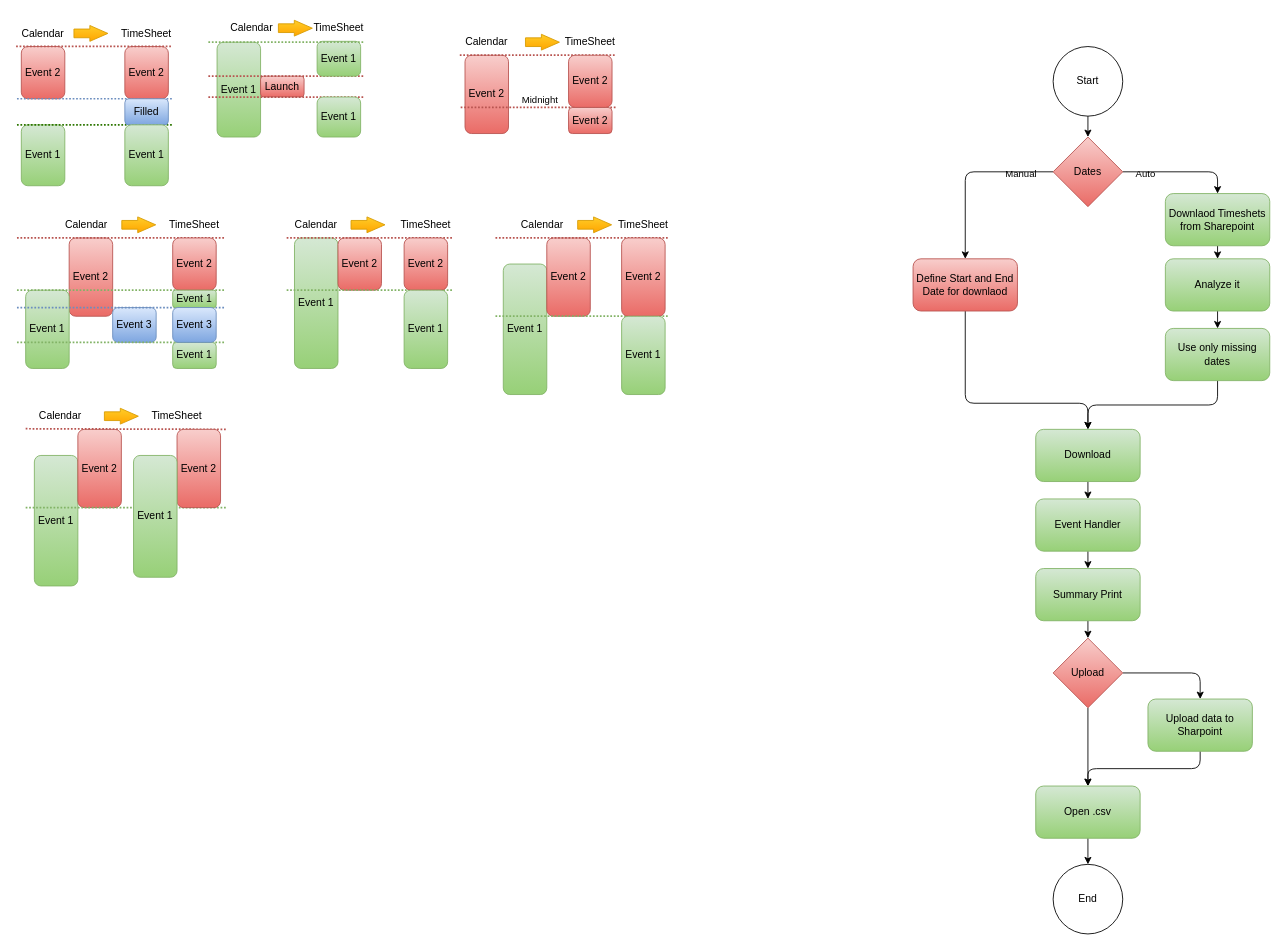
The draw.io diagram Libs/Readme/Charts.drawio in JanVasko1/KM-Calendar_Reading, before the edit. Source tidied: cells renumbered, new cells numbered last; positions are measured from the earlier drawing's top-left corner, leaving out a move shared by most shapes. Both pictures are drawn from the tidied source at 87%, with x=0, y=0 at pixel (16, 15).
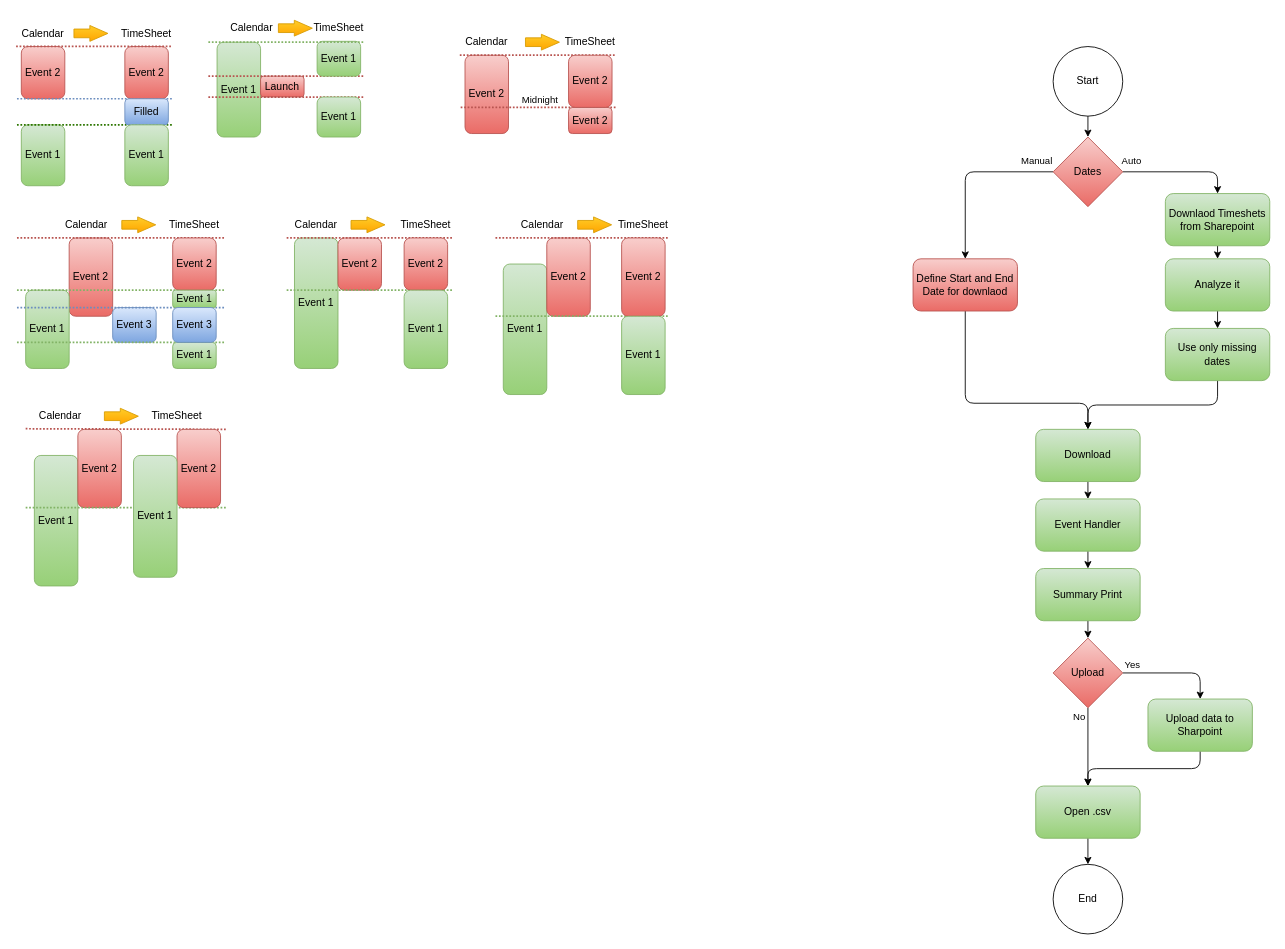
The same page after the edit.

Unchanged cells that the change refers to:
```xml
<mxCell id="31" style="edgeStyle=orthogonalEdgeStyle;rounded=1;jettySize=auto;html=1;exitX=1;exitY=0.5;exitDx=0;exitDy=0;entryX=0.5;entryY=0;entryDx=0;entryDy=0;curved=0;" parent="1" edge="1" source="35" target="39">
  <mxGeometry relative="1" as="geometry" />
</mxCell>
<mxCell id="33" style="edgeStyle=orthogonalEdgeStyle;rounded=1;jettySize=auto;html=1;exitX=0;exitY=0.5;exitDx=0;exitDy=0;entryX=0.5;entryY=0;entryDx=0;entryDy=0;curved=0;" parent="1" edge="1" source="35" target="45">
  <mxGeometry relative="1" as="geometry" />
</mxCell>
<mxCell id="52" style="edgeStyle=orthogonalEdgeStyle;rounded=1;jettySize=auto;html=1;exitX=1;exitY=0.5;exitDx=0;exitDy=0;entryX=0.5;entryY=0;entryDx=0;entryDy=0;curved=0;" parent="1" edge="1" source="54" target="56">
  <mxGeometry relative="1" as="geometry" />
</mxCell>
<mxCell id="53" style="edgeStyle=orthogonalEdgeStyle;rounded=1;jettySize=auto;html=1;exitX=0.5;exitY=1;exitDx=0;exitDy=0;entryX=0.5;entryY=0;entryDx=0;entryDy=0;curved=0;" parent="1" edge="1" source="54" target="58">
  <mxGeometry relative="1" as="geometry" />
</mxCell>
```

Diff of the diagram source:
```diff
@@
     <mxCell id="32" value="Auto" style="edgeLabel;html=1;align=center;verticalAlign=middle;labelBackgroundColor=none;" parent="31" vertex="1">
-      <mxGeometry x="-0.62" y="-1" relative="1" as="geometry" />
+      <mxGeometry x="-0.62" y="-1" relative="1" as="geometry">
+        <mxPoint x="-16" y="-15" as="offset" />
+      </mxGeometry>
     </mxCell>
@@
     <mxCell id="34" value="Manual" style="edgeLabel;html=1;align=center;verticalAlign=middle;labelBackgroundColor=none;" parent="33" vertex="1">
-      <mxGeometry x="-0.62" y="1" relative="1" as="geometry" />
+      <mxGeometry x="-0.62" y="1" relative="1" as="geometry">
+        <mxPoint x="18" y="-15" as="offset" />
+      </mxGeometry>
     </mxCell>
@@
+    <mxCell id="102" value="Yes" style="edgeLabel;html=1;align=center;verticalAlign=middle;labelBackgroundColor=none;" parent="52" vertex="1">
+      <mxGeometry x="-0.83" y="1" relative="1" as="geometry">
+        <mxPoint y="-9" as="offset" />
+      </mxGeometry>
+    </mxCell>
@@
+    <mxCell id="103" value="No" style="edgeLabel;html=1;align=center;verticalAlign=middle;labelBackgroundColor=none;" parent="53" vertex="1">
+      <mxGeometry x="-0.89" y="-1" relative="1" as="geometry">
+        <mxPoint x="-10" y="5" as="offset" />
+      </mxGeometry>
+    </mxCell>
```
